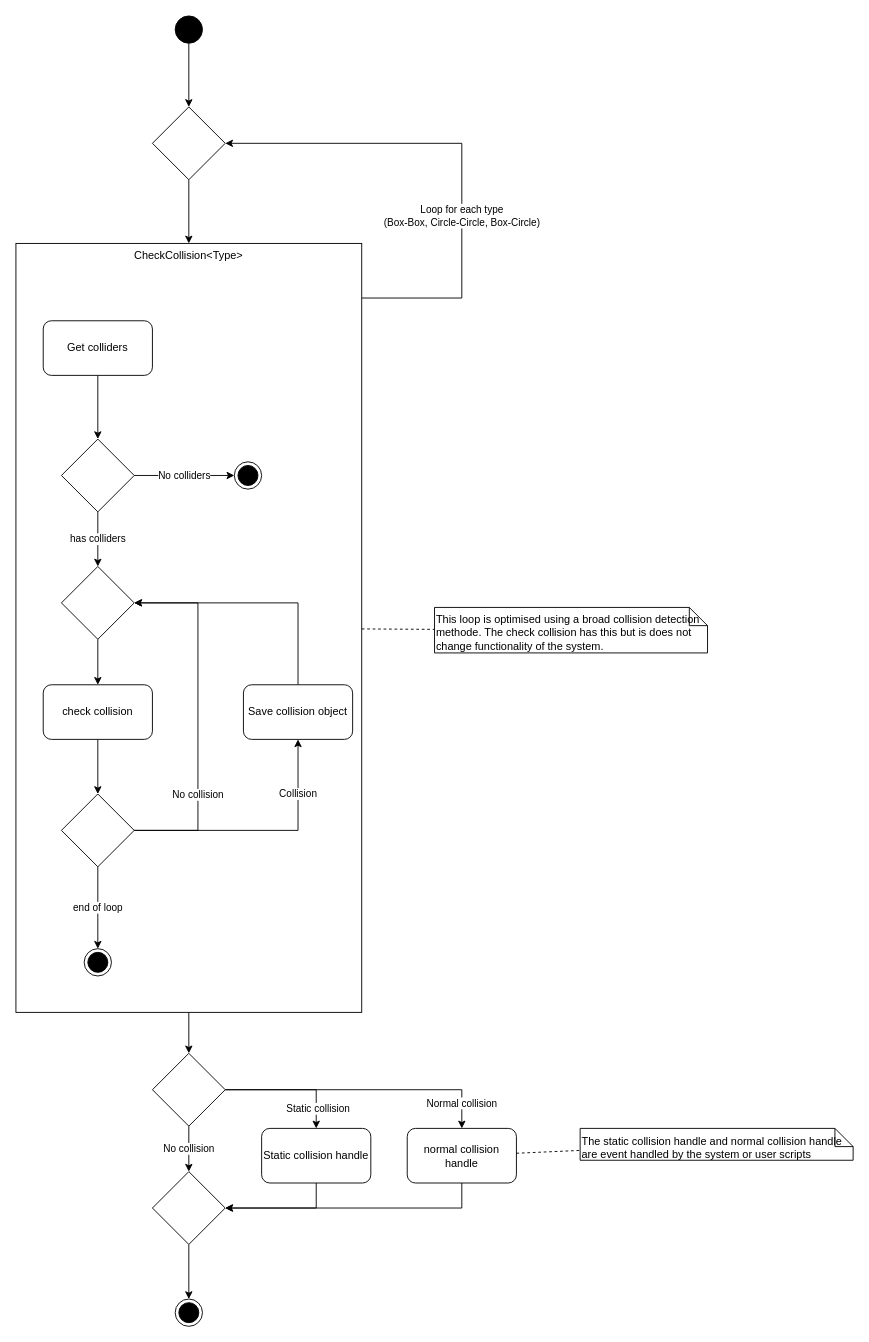
Before: page "Collision System" (5 of 9) of figs.drawio in lonkaars/crepe-docs, a draw.io diagram. Source tidied: cells renumbered, new cells numbered last; positions are measured from the earlier drawing's top-left corner, leaving out a move shared by most shapes. Both pictures are drawn from the tidied source at 91%, with x=0, y=0 at pixel (15, 15).
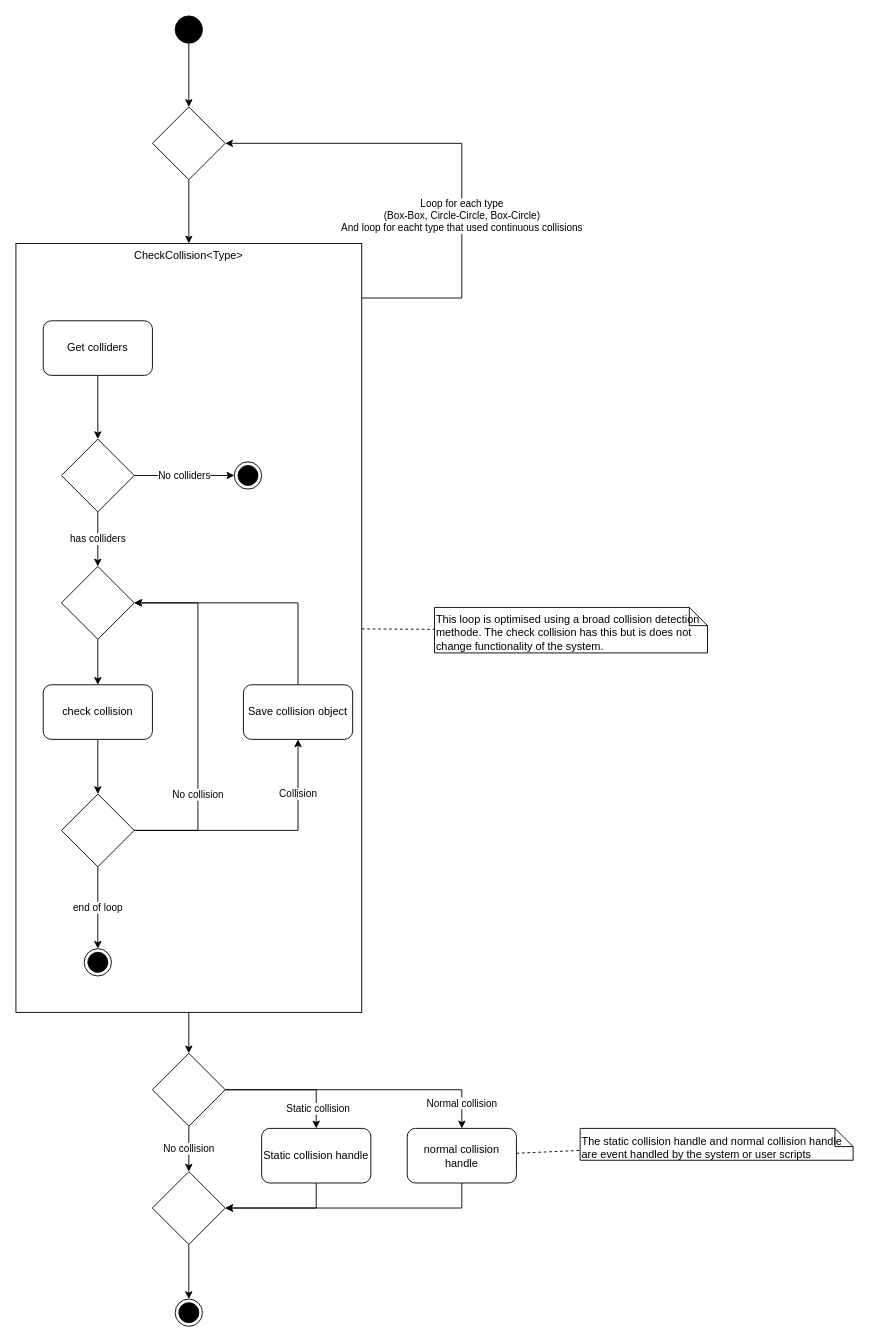
The same diagram, later.

The change refers to these unchanged cells:
```xml
<mxCell id="4" value="CheckCollision&amp;lt;Type&amp;gt;" style="rounded=0;whiteSpace=wrap;html=1;verticalAlign=top;" parent="1" vertex="1">
  <mxGeometry y="250" width="380" height="845" as="geometry" />
</mxCell>
<mxCell id="25" style="rhombus;whiteSpace=wrap;html=1;" parent="1" vertex="1">
  <mxGeometry x="150" y="100" width="80" height="80" as="geometry" />
</mxCell>
```

The edit, as a diff of the source:
```diff
@@
-    <mxCell id="2" value="Loop for each type&lt;br&gt;(Box-Box, Circle-Circle, Box-Circle)" style="edgeStyle=orthogonalEdgeStyle;rounded=0;jettySize=auto;html=1;" parent="1" edge="1" source="4" target="25">
+    <mxCell id="2" value="Loop for each type&lt;br&gt;(Box-Box, Circle-Circle, Box-Circle)&lt;br&gt;And loop for eacht type that used continuous collisions" style="edgeStyle=orthogonalEdgeStyle;rounded=0;jettySize=auto;html=1;" parent="1" edge="1" source="4" target="25">
       <mxGeometry x="-0.26" relative="1" as="geometry">
         <Array as="points">
           <mxPoint x="490" y="310" />
           <mxPoint x="490" y="140" />
         </Array>
       </mxGeometry>
     </mxCell>
```
